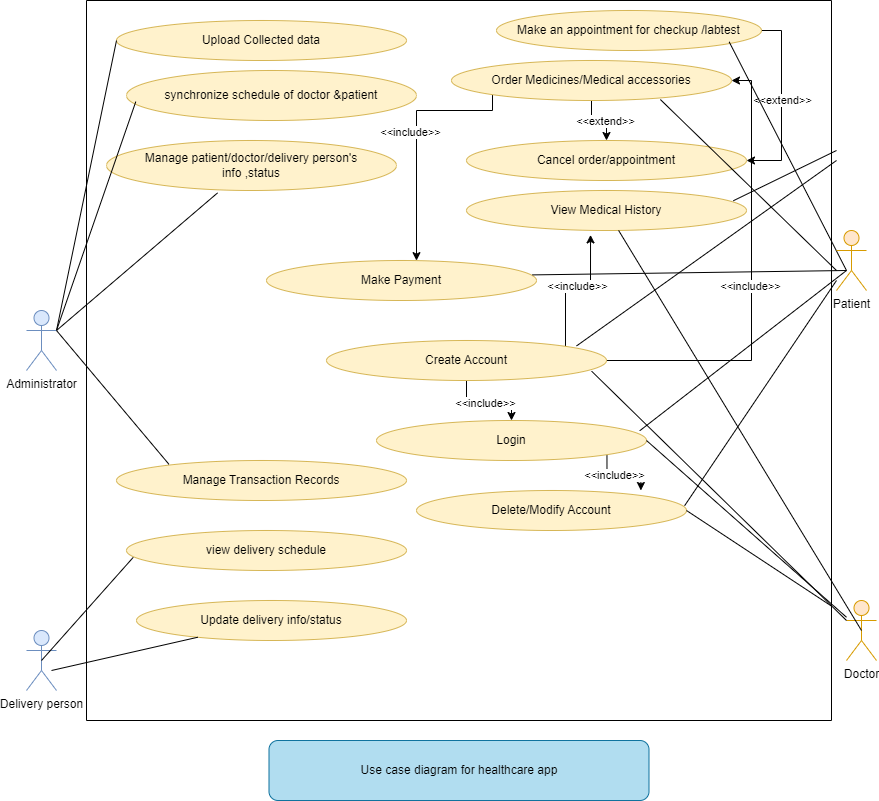
Before: medtech_maven_usecase_diagram.png, a diagram exported from draw.io (TRISHAHALDER/Medtech_Maven_usecase_diagram). Source tidied: cells renumbered, new cells last; positions are measured from the earlier drawing's top-left corner, leaving out a move shared by most shapes.
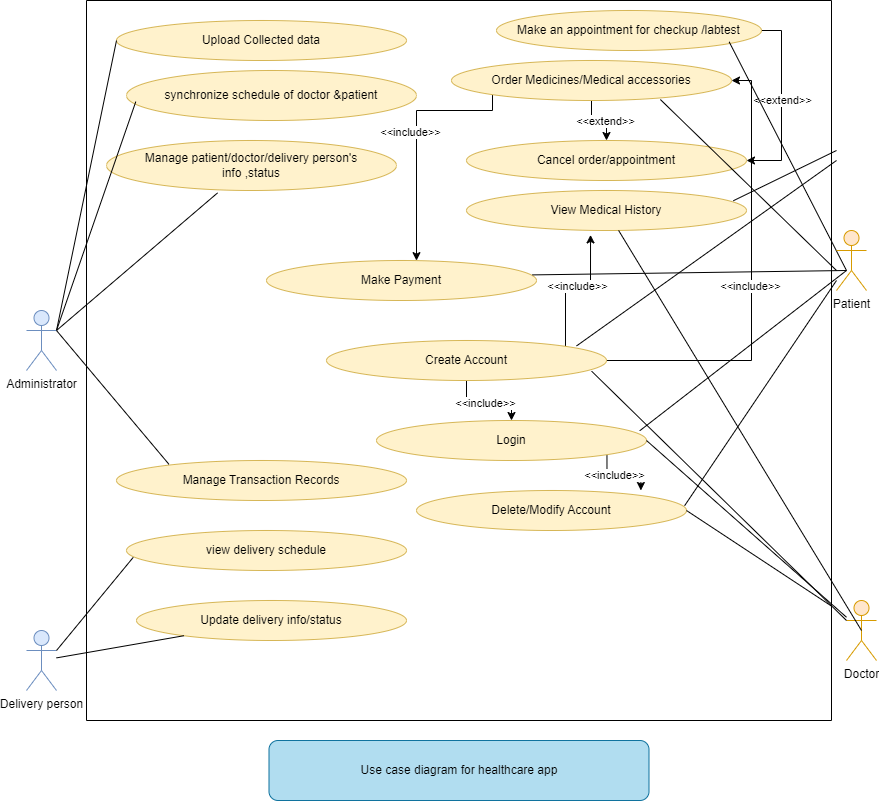
The same file after the commit.

Diff of the diagram source:
```diff
@@ -150,13 +150,11 @@
         <mxPoint x="820" y="270" as="targetPoint" />
       </mxGeometry>
     </mxCell>
-    <mxCell id="45" style="endArrow=none;html=1;rounded=0;entryX=0.024;entryY=0.672;entryDx=0;entryDy=0;entryPerimeter=0;exitX=0.5;exitY=0.5;exitDx=0;exitDy=0;exitPerimeter=0;" parent="1" edge="1" source="34" target="28">
+    <mxCell id="45" style="endArrow=none;html=1;rounded=0;entryX=0.024;entryY=0.672;entryDx=0;entryDy=0;entryPerimeter=0;exitX=1;exitY=0.3333333333333333;exitDx=0;exitDy=0;exitPerimeter=0;" parent="1" edge="1" source="34" target="28">
       <mxGeometry relative="1" as="geometry" />
     </mxCell>
-    <mxCell id="46" style="endArrow=none;html=1;rounded=0;exitX=0.5;exitY=0.5;exitDx=0;exitDy=0;exitPerimeter=0;" parent="1" edge="1" target="31">
-      <mxGeometry relative="1" as="geometry">
-        <mxPoint x="25" y="670" as="sourcePoint" />
-      </mxGeometry>
+    <mxCell id="46" style="endArrow=none;html=1;rounded=0;" parent="1" edge="1" source="34" target="31">
+      <mxGeometry relative="1" as="geometry" />
     </mxCell>
     <mxCell id="47" style="endArrow=none;html=1;rounded=0;entryX=0.181;entryY=0.096;entryDx=0;entryDy=0;entryPerimeter=0;exitX=1;exitY=0.3333333333333333;exitDx=0;exitDy=0;exitPerimeter=0;" parent="1" edge="1" source="51" target="32">
       <mxGeometry relative="1" as="geometry" />
```
